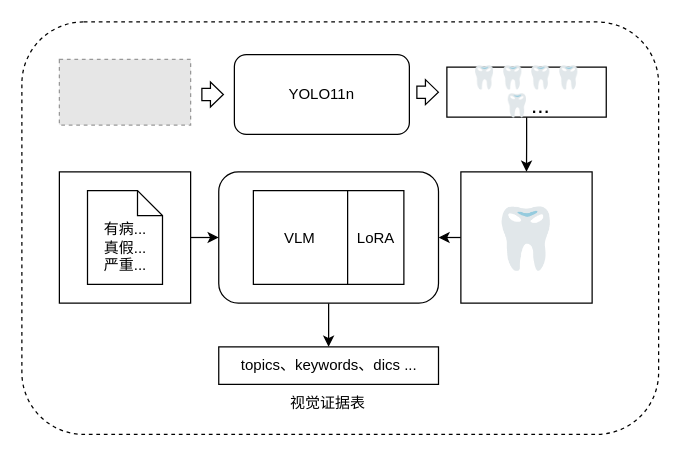
Earlier version of the draw.io diagram ThesisProposal/draft/开题报告-cc-v5/figures_v3/图7视觉-语言证据对齐.drawio (XiaoHG/medical-report-generation). Source tidied: cells renumbered, new cells numbered last; positions are measured from the earlier drawing's top-left corner, leaving out a move shared by most shapes. Both pictures are drawn from the tidied source at 125%, with x=0, y=0 at pixel (21, 21). Pictures stored in the file or linked from it are replaced by grey dashed boxes.
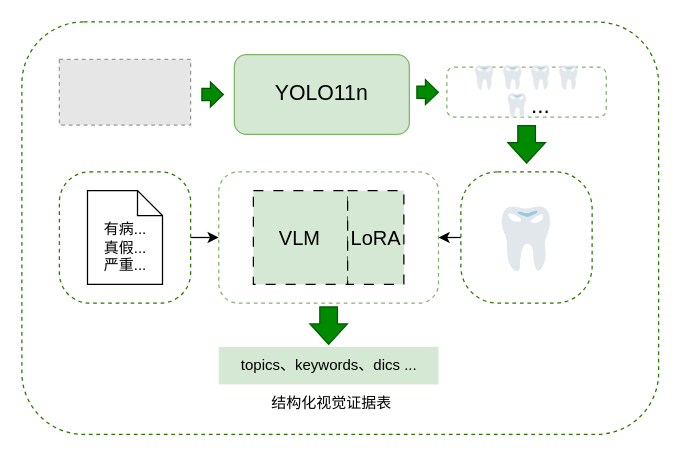
The same page after the edit.

Commit message (it also covers changes not shown here):
更新开题报告 v5 配图与文档

Change to the diagram source:
```diff
@@
 <mxGraphModel>
   <root>
     <mxCell id="0" />
     <mxCell id="1" parent="0" />
-    <mxCell id="2" style="rounded=1;whiteSpace=wrap;html=1;roundedPerimeter=1;fillColor=none;dashed=1;" parent="1" vertex="1">
+    <mxCell id="2" style="rounded=1;whiteSpace=wrap;html=1;roundedPerimeter=1;fillColor=light-dark(#FFFFFF,#FFFFFF);dashed=1;fontColor=#ffffff;strokeColor=#2D7600;" parent="1" vertex="1">
       <mxGeometry width="509.4" height="330" as="geometry" />
     </mxCell>
-    <mxCell id="3" style="edgeStyle=orthogonalEdgeStyle;rounded=0;jettySize=auto;html=1;defaultLabelBackgroundColor=page;labelPadding=0 4;" parent="1" edge="1" source="4" target="18">
-      <mxGeometry relative="1" as="geometry" />
-    </mxCell>
-    <mxCell id="4" style="rounded=1;whiteSpace=wrap;html=1;roundedPerimeter=1;" parent="1" vertex="1">
+    <mxCell id="4" style="rounded=1;whiteSpace=wrap;html=1;roundedPerimeter=1;fillColor=none;dashed=1;strokeColor=#82b366;" parent="1" vertex="1">
       <mxGeometry x="157.5" y="120" width="175.8" height="105" as="geometry" />
     </mxCell>
     <mxCell id="5" style="fillColor=#E6E6E6;strokeColor=#999999;dashed=1;verticalLabelPosition=bottom;labelBackgroundColor=default;verticalAlign=top;" parent="1" vertex="1">
       <mxGeometry x="30" y="30" width="105" height="52.5" as="geometry" />
     </mxCell>
-    <mxCell id="6" value="YOLO11n" style="rounded=1;whiteSpace=wrap;html=1;roundedPerimeter=1;" parent="1" vertex="1">
+    <mxCell id="6" value="YOLO11n" style="rounded=1;whiteSpace=wrap;html=1;roundedPerimeter=1;fillColor=#d5e8d4;strokeColor=#82b366;fontSize=17;" parent="1" vertex="1">
       <mxGeometry x="170" y="26.2" width="140" height="63.8" as="geometry" />
     </mxCell>
-    <mxCell id="7" style="edgeStyle=orthogonalEdgeStyle;rounded=0;jettySize=auto;html=1;exitX=0;exitY=0.5;exitDx=0;exitDy=0;entryX=1;entryY=0.5;entryDx=0;entryDy=0;defaultLabelBackgroundColor=page;labelPadding=0 4;" parent="1" edge="1" source="8" target="4">
+    <mxCell id="7" style="edgeStyle=orthogonalEdgeStyle;rounded=0;jettySize=auto;html=1;exitX=0;exitY=0.5;exitDx=0;exitDy=0;entryX=1;entryY=0.5;entryDx=0;entryDy=0;defaultLabelBackgroundColor=page;labelPadding=0 4;strokeColor=light-dark(#000000,#1A1A1A);" parent="1" edge="1" source="8" target="4">
       <mxGeometry relative="1" as="geometry" />
     </mxCell>
-    <mxCell id="8" value="&lt;font style=&quot;font-size: 48px;&quot;&gt;🦷&lt;/font&gt;" style="whiteSpace=wrap;html=1;" parent="1" vertex="1">
+    <mxCell id="8" value="&lt;font style=&quot;font-size: 48px;&quot;&gt;🦷&lt;/font&gt;" style="whiteSpace=wrap;html=1;fillColor=none;fontColor=#ffffff;strokeColor=#2D7600;dashed=1;rounded=1;roundedPerimeter=1;arcSize=28;" parent="1" vertex="1">
       <mxGeometry x="351.2" y="120" width="105" height="105" as="geometry" />
     </mxCell>
-    <mxCell id="9" style="edgeStyle=orthogonalEdgeStyle;rounded=0;jettySize=auto;html=1;exitX=1;exitY=0.5;exitDx=0;exitDy=0;entryX=0;entryY=0.5;entryDx=0;entryDy=0;defaultLabelBackgroundColor=page;labelPadding=0 4;" parent="1" edge="1" source="10" target="4">
+    <mxCell id="9" style="edgeStyle=orthogonalEdgeStyle;rounded=0;jettySize=auto;html=1;exitX=1;exitY=0.5;exitDx=0;exitDy=0;entryX=0;entryY=0.5;entryDx=0;entryDy=0;defaultLabelBackgroundColor=page;labelPadding=0 4;strokeColor=light-dark(#000000,#1A1A1A);" parent="1" edge="1" source="10" target="4">
       <mxGeometry relative="1" as="geometry" />
     </mxCell>
-    <mxCell id="10" style="whiteSpace=wrap;html=1;" parent="1" vertex="1">
+    <mxCell id="10" style="whiteSpace=wrap;html=1;fillColor=none;dashed=1;rounded=1;roundedPerimeter=1;strokeColor=#2D7600;fontColor=#ffffff;arcSize=23;" parent="1" vertex="1">
       <mxGeometry x="30" y="120" width="105" height="105" as="geometry" />
     </mxCell>
     <mxCell id="11" value="&lt;br&gt;有病...&lt;br&gt;真假...&lt;br&gt;严重..." style="shape=note;size=20;whiteSpace=wrap;html=1;" parent="1" vertex="1">
       <mxGeometry x="52.5" y="135" width="60" height="75" as="geometry" />
     </mxCell>
-    <mxCell id="12" value="VLM" style="rounded=0;whiteSpace=wrap;html=1;" parent="1" vertex="1">
+    <mxCell id="12" value="VLM" style="rounded=0;whiteSpace=wrap;html=1;dashed=1;dashPattern=8 8;fontSize=16;fillColor=#d5e8d4;strokeColor=default;" parent="1" vertex="1">
       <mxGeometry x="185.2" y="135" width="75.4" height="75" as="geometry" />
     </mxCell>
-    <mxCell id="13" style="edgeStyle=orthogonalEdgeStyle;rounded=0;jettySize=auto;html=1;defaultLabelBackgroundColor=page;labelPadding=0 4;" parent="1" edge="1" source="14" target="8">
-      <mxGeometry relative="1" as="geometry" />
-    </mxCell>
-    <mxCell id="14" value="&lt;font style=&quot;font-size: 18px;&quot;&gt;🦷&lt;/font&gt;&lt;span style=&quot;font-size: 18px;&quot;&gt;🦷&lt;/span&gt;&lt;span style=&quot;font-size: 18px;&quot;&gt;🦷&lt;/span&gt;&lt;span style=&quot;font-size: 18px;&quot;&gt;🦷&lt;/span&gt;&lt;span style=&quot;font-size: 18px;&quot;&gt;🦷&lt;/span&gt;&lt;span style=&quot;font-size: 18px;&quot;&gt;...&lt;/span&gt;" style="rounded=0;whiteSpace=wrap;html=1;" parent="1" vertex="1">
+    <mxCell id="14" value="&lt;font style=&quot;font-size: 18px;&quot;&gt;🦷&lt;/font&gt;&lt;span style=&quot;font-size: 18px;&quot;&gt;🦷&lt;/span&gt;&lt;span style=&quot;font-size: 18px;&quot;&gt;🦷&lt;/span&gt;&lt;span style=&quot;font-size: 18px;&quot;&gt;🦷&lt;/span&gt;&lt;span style=&quot;font-size: 18px;&quot;&gt;🦷&lt;/span&gt;&lt;span style=&quot;font-size: 18px;&quot;&gt;...&lt;/span&gt;" style="rounded=1;whiteSpace=wrap;html=1;dashed=1;fillColor=none;roundedPerimeter=1;strokeColor=#82b366;" parent="1" vertex="1">
       <mxGeometry x="340" y="36.2" width="127.5" height="40" as="geometry" />
     </mxCell>
-    <mxCell id="15" style="html=1;shadow=0;dashed=0;align=center;verticalAlign=middle;shape=mxgraph.arrows2.arrow;dy=0.51;dx=10.35;notch=0;" parent="1" vertex="1">
+    <mxCell id="15" style="html=1;shadow=0;dashed=0;align=center;verticalAlign=middle;shape=mxgraph.arrows2.arrow;dy=0.51;dx=10.35;notch=0;fillColor=#008a00;strokeColor=#005700;fontColor=#ffffff;" parent="1" vertex="1">
       <mxGeometry x="144" y="48.1" width="17.2" height="20" as="geometry" />
     </mxCell>
-    <mxCell id="16" style="html=1;shadow=0;dashed=0;align=center;verticalAlign=middle;shape=mxgraph.arrows2.arrow;dy=0.51;dx=10.35;notch=0;" parent="1" vertex="1">
+    <mxCell id="16" style="html=1;shadow=0;dashed=0;align=center;verticalAlign=middle;shape=mxgraph.arrows2.arrow;dy=0.51;dx=10.35;notch=0;fillColor=#008a00;strokeColor=#005700;fontColor=#ffffff;" parent="1" vertex="1">
       <mxGeometry x="316" y="46.2" width="17.2" height="20" as="geometry" />
     </mxCell>
-    <mxCell id="17" value="LoRA" style="rounded=0;whiteSpace=wrap;html=1;" parent="1" vertex="1">
+    <mxCell id="17" value="LoRA" style="rounded=0;whiteSpace=wrap;html=1;dashed=1;dashPattern=8 8;fontSize=16;fillColor=#d5e8d4;strokeColor=default;" parent="1" vertex="1">
       <mxGeometry x="260.6" y="135" width="45" height="75" as="geometry" />
     </mxCell>
-    <mxCell id="18" value="topics、keywords、dics ..." style="rounded=0;whiteSpace=wrap;html=1;" parent="1" vertex="1">
+    <mxCell id="18" value="topics、keywords、dics ..." style="rounded=0;whiteSpace=wrap;html=1;fillColor=#d5e8d4;strokeColor=none;" parent="1" vertex="1">
       <mxGeometry x="157.5" y="260" width="175.8" height="30" as="geometry" />
     </mxCell>
-    <mxCell id="19" value="视觉证据表" style="text;html=1;whiteSpace=wrap;strokeColor=none;fillColor=none;align=center;verticalAlign=middle;rounded=0;" parent="1" vertex="1">
-      <mxGeometry x="200.4" y="290" width="90" height="30" as="geometry" />
+    <mxCell id="19" value="结构化视觉证据表" style="text;html=1;whiteSpace=wrap;strokeColor=none;fillColor=none;align=center;verticalAlign=middle;rounded=0;fontColor=light-dark(#000000,#1A1A1A);" parent="1" vertex="1">
+      <mxGeometry x="162.9" y="290" width="170.4" height="30" as="geometry" />
     </mxCell>
+    <mxCell id="20" style="html=1;shadow=0;dashed=0;align=center;verticalAlign=middle;shape=mxgraph.arrows2.arrow;dy=0.53;dx=16.35;direction=south;notch=0;fillColor=#008a00;strokeColor=#005700;fontColor=#ffffff;" parent="1" vertex="1">
+      <mxGeometry x="388.8" y="83" width="30" height="30" as="geometry" />
+    </mxCell>
+    <mxCell id="21" style="html=1;shadow=0;dashed=0;align=center;verticalAlign=middle;shape=mxgraph.arrows2.arrow;dy=0.53;dx=16.35;direction=south;notch=0;fillColor=#008a00;strokeColor=#005700;fontColor=#ffffff;" parent="1" vertex="1">
+      <mxGeometry x="230.4" y="228" width="30" height="30" as="geometry" />
+    </mxCell>
   </root>
 </mxGraphModel>
```
